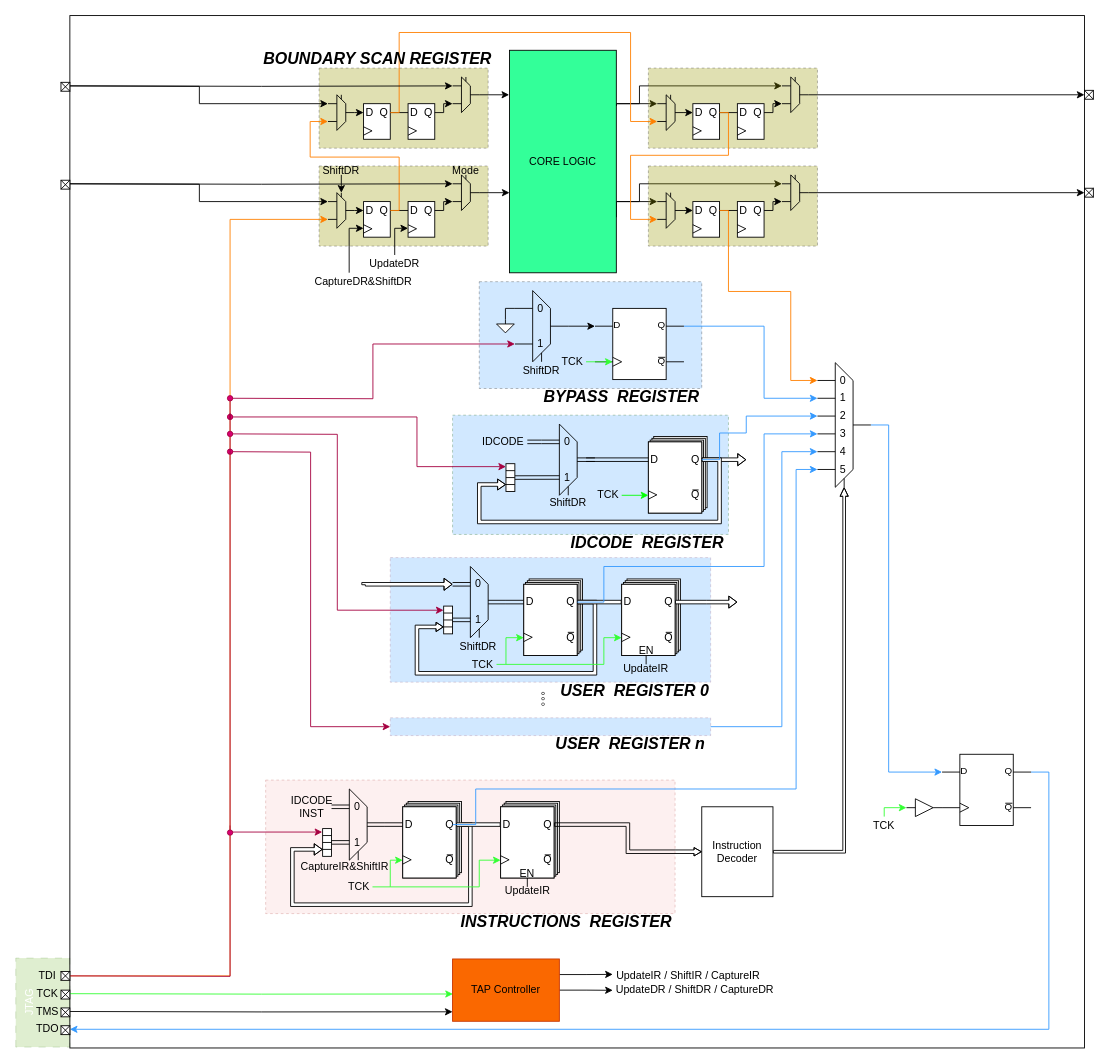
Verdvana/Verdvana.github.io keeps this draw.io diagram as _posts/JTAG协议与硬件实现/JTAG.drawio. Above is the earlier version. Source tidied: cells renumbered, new cells numbered last; positions are measured from the earlier drawing's top-left corner, leaving out a move shared by most shapes. Both pictures are drawn from the tidied source at 89%, with x=0, y=0 at pixel (-2, 15).
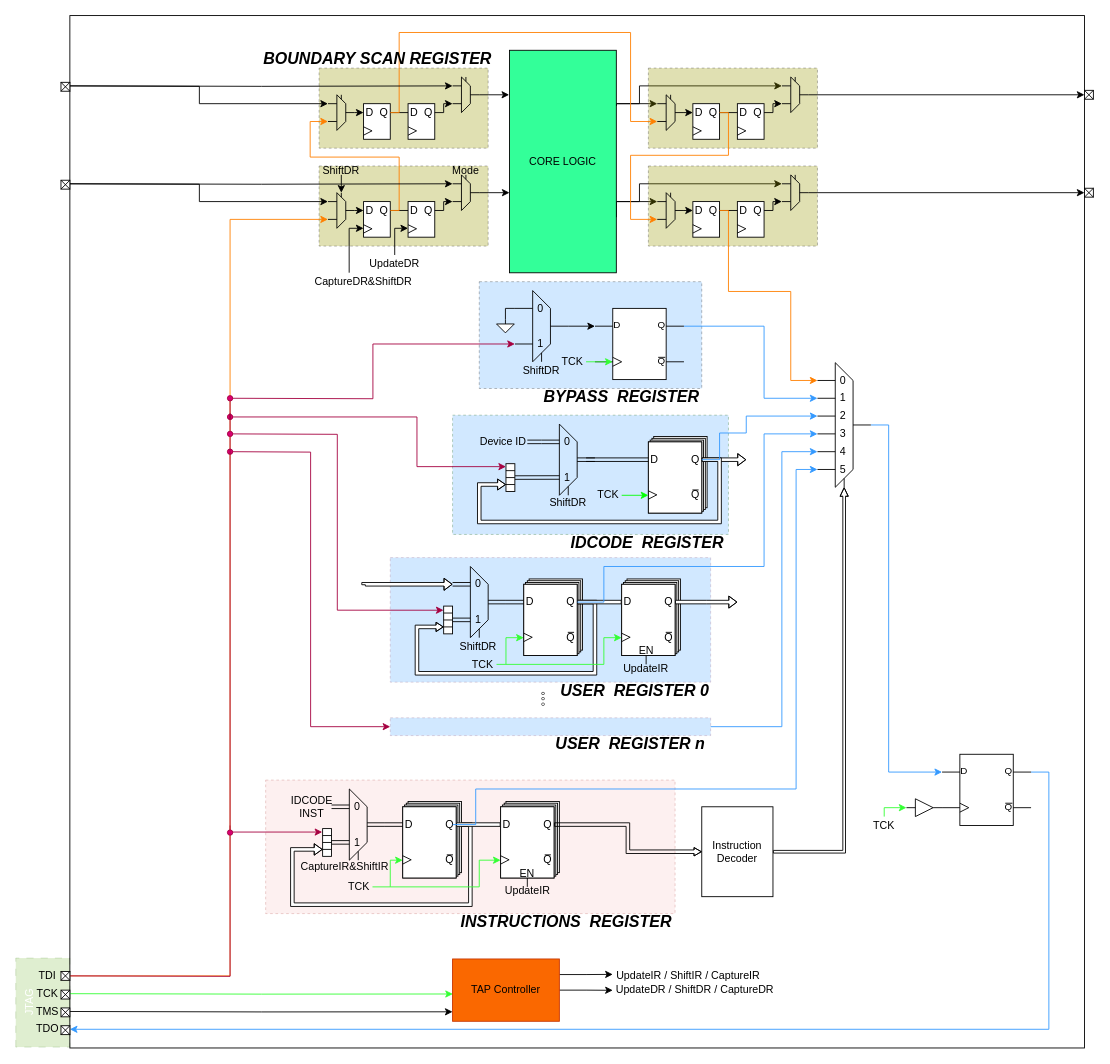
After the change.

Change to the diagram source:
```diff
@@
-    <mxCell id="354" value="IDCODE" style="text;strokeColor=none;align=center;fillColor=none;html=1;verticalAlign=middle;whiteSpace=wrap;rounded=0;" parent="1" vertex="1">
+    <mxCell id="354" value="Device ID" style="text;strokeColor=none;align=center;fillColor=none;html=1;verticalAlign=middle;whiteSpace=wrap;rounded=0;" parent="1" vertex="1">
       <mxGeometry x="540" y="469" width="54" height="20" as="geometry" />
     </mxCell>
```
